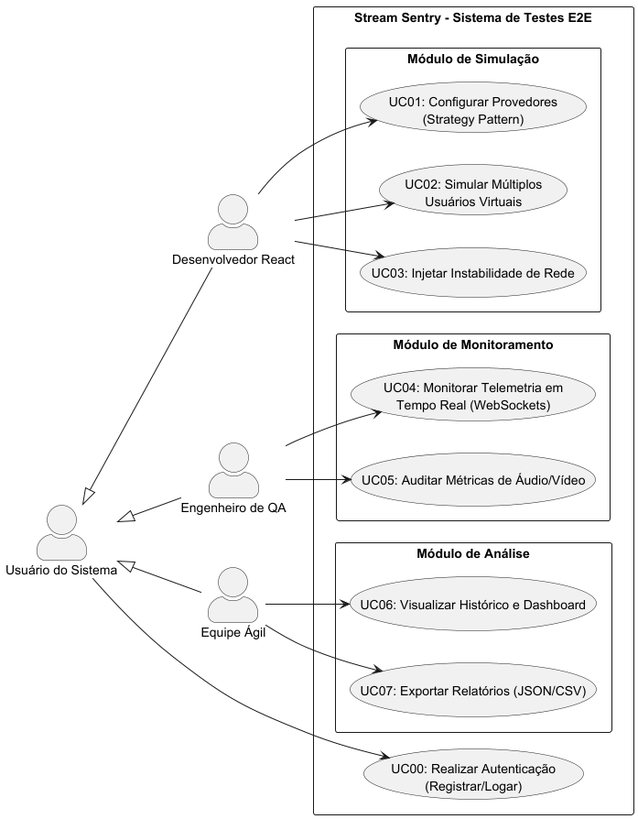
This is Artefatos/CasosDeUso.png from ICEI-PUC-Minas-PPLES-TI/plf-es-2025-2-tcci-0393100-dev-rafael-parreira, a PlantUML export, as it was before one commit.
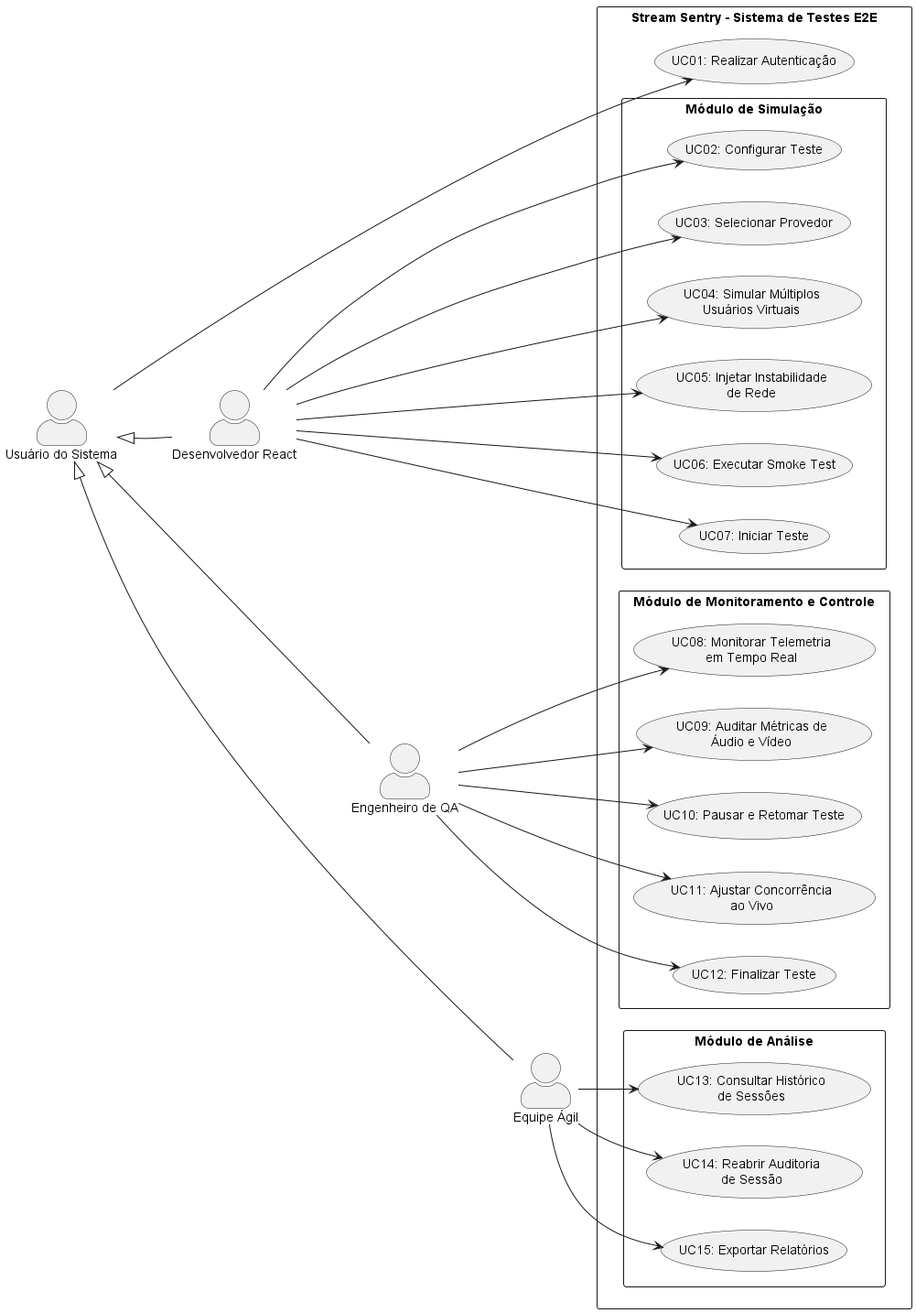
The same file after the commit.

Commit message:
docs: expande diagramas de casos de uso (15) e de classes (19) e atualiza Projeto-TCC2

What changed in the source:
```diff
@@ -13,37 +13,55 @@
 User <|-- QA
 User <|-- Equipe
 
+User -[hidden]down- Dev
+Dev -[hidden]down- QA
+QA -[hidden]down- Equipe
+
 rectangle "Stream Sentry - Sistema de Testes E2E" {
 
-    usecase "UC00: Realizar Autenticação\n(Registrar/Logar)" as UC_Auth
+    usecase "UC01: Realizar Autenticação" as UC01
 
     package "Módulo de Simulação" {
-        usecase "UC01: Configurar Provedores\n(Strategy Pattern)" as UC_Config
-        usecase "UC02: Simular Múltiplos\nUsuários Virtuais" as UC_Simulate
-        usecase "UC03: Injetar Instabilidade de Rede" as UC_Stress
+        usecase "UC02: Configurar Teste" as UC02
+        usecase "UC03: Selecionar Provedor" as UC03
+        usecase "UC04: Simular Múltiplos\nUsuários Virtuais" as UC04
+        usecase "UC05: Injetar Instabilidade\nde Rede" as UC05
+        usecase "UC06: Executar Smoke Test" as UC06
+        usecase "UC07: Iniciar Teste" as UC07
     }
 
-    package "Módulo de Monitoramento" {
-        usecase "UC04: Monitorar Telemetria em\nTempo Real (WebSockets)" as UC_Live
-        usecase "UC05: Auditar Métricas de Áudio/Vídeo" as UC_Audit
+    package "Módulo de Monitoramento e Controle" {
+        usecase "UC08: Monitorar Telemetria\nem Tempo Real" as UC08
+        usecase "UC09: Auditar Métricas de\nÁudio e Vídeo" as UC09
+        usecase "UC10: Pausar e Retomar Teste" as UC10
+        usecase "UC11: Ajustar Concorrência\nao Vivo" as UC11
+        usecase "UC12: Finalizar Teste" as UC12
     }
 
     package "Módulo de Análise" {
-        usecase "UC06: Visualizar Histórico e Dashboard" as UC_Dash
-        usecase "UC07: Exportar Relatórios (JSON/CSV)" as UC_Export
+        usecase "UC15: Exportar Relatórios" as UC15
+        usecase "UC14: Reabrir Auditoria\nde Sessão" as UC14
+        usecase "UC13: Consultar Histórico\nde Sessões" as UC13
     }
 }
 
-User --> UC_Auth
+User --> UC01
 
-Dev --> UC_Config
-Dev --> UC_Simulate
-Dev --> UC_Stress
+Dev --> UC02
+Dev --> UC03
+Dev --> UC04
+Dev --> UC05
+Dev --> UC06
+Dev --> UC07
 
-QA --> UC_Live
-QA --> UC_Audit
+QA --> UC08
+QA --> UC09
+QA --> UC10
+QA --> UC11
+QA --> UC12
 
-Equipe --> UC_Dash
-Equipe --> UC_Export
+Equipe --> UC13
+Equipe --> UC14
+Equipe --> UC15
 
 @enduml
```
